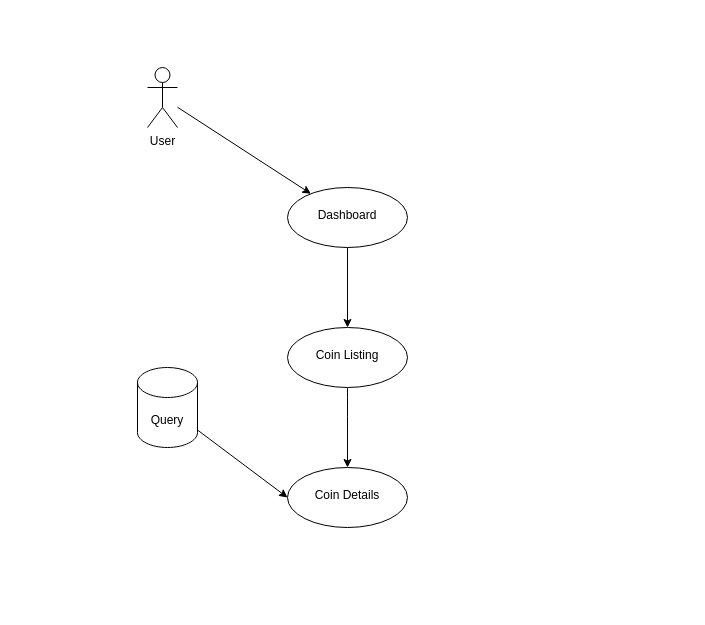
This is technical_report/diagrams/usecase.drawio from doriangh/CryK, a draw.io file, before an edit. Source tidied: cells renumbered, new cells numbered last; positions are measured from the earlier drawing's top-left corner, leaving out a move shared by most shapes. Both pictures are drawn from the tidied source at 100%, with x=0, y=0 at pixel (137, 67).
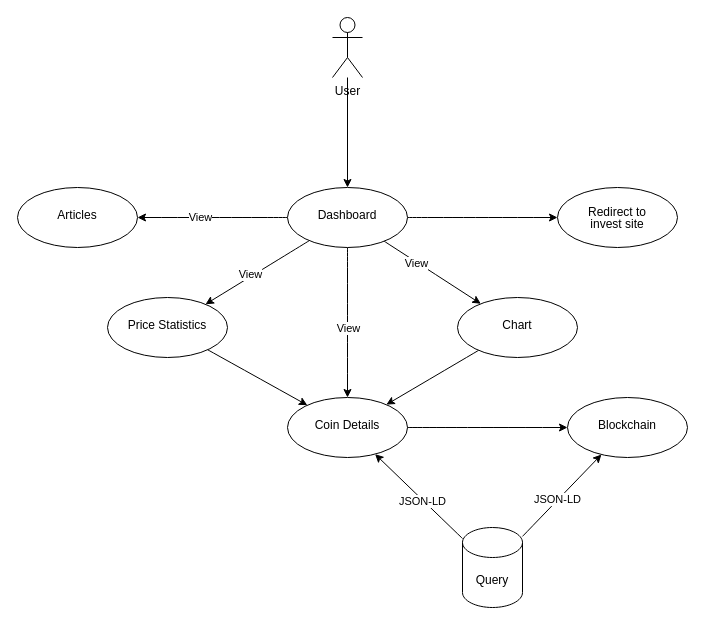
Above is the later version.

Unchanged cells that the change refers to:
```xml
<mxCell id="5" value="&lt;br&gt;Dashboard" style="ellipse;whiteSpace=wrap;html=1;verticalAlign=top;" parent="1" vertex="1">
  <mxGeometry x="150" y="120" width="120" height="60" as="geometry" />
</mxCell>
```

What changed in the source:
```diff
@@
     <mxCell id="3" value="User" style="shape=umlActor;verticalLabelPosition=bottom;verticalAlign=top;html=1;outlineConnect=0;" parent="1" vertex="1">
-      <mxGeometry x="10" width="30" height="60" as="geometry" />
+      <mxGeometry x="195" y="-50" width="30" height="60" as="geometry" />
     </mxCell>
-    <mxCell id="4" style="edgeStyle=none;html=1;" parent="1" edge="1" source="5" target="7">
-      <mxGeometry relative="1" as="geometry" />
-    </mxCell>
+    <mxCell id="11" style="edgeStyle=none;curved=1;html=1;startArrow=none;startFill=0;" parent="1" edge="1" source="5" target="21">
+      <mxGeometry relative="1" as="geometry" />
+    </mxCell>
+    <mxCell id="12" value="View" style="edgeLabel;html=1;align=center;verticalAlign=middle;" parent="11" vertex="1">
+      <mxGeometry x="0.11" y="-2" relative="1" as="geometry" />
+    </mxCell>
+    <mxCell id="13" style="edgeStyle=none;curved=1;html=1;startArrow=none;startFill=0;" parent="1" edge="1" source="5" target="8">
+      <mxGeometry relative="1" as="geometry" />
+    </mxCell>
+    <mxCell id="14" value="View" style="edgeLabel;html=1;align=center;verticalAlign=middle;" parent="13" vertex="1">
+      <mxGeometry x="0.2" y="1" relative="1" as="geometry">
+        <mxPoint x="-1" y="-10" as="offset" />
+      </mxGeometry>
+    </mxCell>
+    <mxCell id="15" style="edgeStyle=none;curved=1;html=1;startArrow=none;startFill=0;" parent="1" edge="1" source="5" target="22">
+      <mxGeometry relative="1" as="geometry" />
+    </mxCell>
+    <mxCell id="16" style="edgeStyle=none;curved=1;html=1;startArrow=none;startFill=0;" parent="1" edge="1" source="5" target="24">
+      <mxGeometry relative="1" as="geometry" />
+    </mxCell>
+    <mxCell id="17" value="View" style="edgeLabel;html=1;align=center;verticalAlign=middle;" parent="16" vertex="1">
+      <mxGeometry x="-0.32" y="-1" relative="1" as="geometry" />
+    </mxCell>
+    <mxCell id="18" style="edgeStyle=none;curved=1;html=1;startArrow=none;startFill=0;" parent="1" edge="1" source="5" target="25">
+      <mxGeometry relative="1" as="geometry" />
+    </mxCell>
+    <mxCell id="19" value="View" style="edgeLabel;html=1;align=center;verticalAlign=middle;" parent="18" vertex="1">
+      <mxGeometry x="0.17" y="-1" relative="1" as="geometry" />
+    </mxCell>
@@
-    <mxCell id="6" style="edgeStyle=none;curved=1;html=1;" parent="1" edge="1" source="7" target="8">
-      <mxGeometry relative="1" as="geometry" />
-    </mxCell>
-    <mxCell id="7" value="&lt;br&gt;Coin Listing" style="ellipse;whiteSpace=wrap;html=1;verticalAlign=top;" parent="1" vertex="1">
-      <mxGeometry x="150" y="260" width="120" height="60" as="geometry" />
-    </mxCell>
+    <mxCell id="20" style="edgeStyle=none;curved=1;html=1;startArrow=none;startFill=0;" parent="1" edge="1" source="21" target="8">
+      <mxGeometry relative="1" as="geometry" />
+    </mxCell>
+    <mxCell id="21" value="&lt;br&gt;Price Statistics" style="ellipse;whiteSpace=wrap;html=1;verticalAlign=top;" parent="1" vertex="1">
+      <mxGeometry x="-30" y="230" width="120" height="60" as="geometry" />
+    </mxCell>
     <mxCell id="8" value="&lt;br&gt;Coin Details" style="ellipse;whiteSpace=wrap;html=1;verticalAlign=top;" parent="1" vertex="1">
-      <mxGeometry x="150" y="400" width="120" height="60" as="geometry" />
+      <mxGeometry x="150" y="330" width="120" height="60" as="geometry" />
     </mxCell>
+    <mxCell id="22" value="&lt;p style=&quot;line-height: 1&quot;&gt;Redirect to &lt;br&gt;invest site&lt;/p&gt;" style="ellipse;whiteSpace=wrap;html=1;verticalAlign=top;" parent="1" vertex="1">
+      <mxGeometry x="420" y="120" width="120" height="60" as="geometry" />
+    </mxCell>
+    <mxCell id="23" style="edgeStyle=none;curved=1;html=1;startArrow=none;startFill=0;" parent="1" edge="1" source="24" target="8">
+      <mxGeometry relative="1" as="geometry" />
+    </mxCell>
+    <mxCell id="24" value="&lt;br&gt;Chart" style="ellipse;whiteSpace=wrap;html=1;verticalAlign=top;" parent="1" vertex="1">
+      <mxGeometry x="320" y="230" width="120" height="60" as="geometry" />
+    </mxCell>
+    <mxCell id="25" value="&lt;br&gt;Articles" style="ellipse;whiteSpace=wrap;html=1;verticalAlign=top;" parent="1" vertex="1">
+      <mxGeometry x="-120" y="120" width="120" height="60" as="geometry" />
+    </mxCell>
+    <mxCell id="10" style="edgeStyle=none;curved=1;html=1;startArrow=none;startFill=0;" parent="1" edge="1" source="9" target="8">
+      <mxGeometry relative="1" as="geometry" />
+    </mxCell>
+    <mxCell id="26" value="JSON-LD" style="edgeLabel;html=1;align=center;verticalAlign=middle;" parent="10" vertex="1">
+      <mxGeometry x="-0.1" y="1" relative="1" as="geometry" />
+    </mxCell>
+    <mxCell id="27" style="edgeStyle=none;curved=1;html=1;startArrow=none;startFill=0;" parent="1" edge="1" source="9" target="30">
+      <mxGeometry relative="1" as="geometry" />
+    </mxCell>
+    <mxCell id="28" value="JSON-LD" style="edgeLabel;html=1;align=center;verticalAlign=middle;" parent="27" vertex="1">
+      <mxGeometry x="-0.11" y="1" relative="1" as="geometry" />
+    </mxCell>
     <mxCell id="9" value="Query" style="shape=cylinder3;whiteSpace=wrap;html=1;boundedLbl=1;backgroundOutline=1;size=15;" parent="1" vertex="1">
-      <mxGeometry y="300" width="60" height="80" as="geometry" />
+      <mxGeometry x="325" y="460" width="60" height="80" as="geometry" />
     </mxCell>
-    <mxCell id="10" style="curved=1;endArrow=classic;html=1;entryX=0;entryY=0.5;entryDx=0;entryDy=0;" parent="1" edge="1" source="9" target="8">
-      <mxGeometry relative="1" as="geometry" />
-    </mxCell>
+    <mxCell id="29" style="edgeStyle=none;curved=1;html=1;startArrow=none;startFill=0;" parent="1" edge="1" source="8" target="30">
+      <mxGeometry relative="1" as="geometry" />
+    </mxCell>
+    <mxCell id="30" value="&lt;br&gt;Blockchain" style="ellipse;whiteSpace=wrap;html=1;verticalAlign=top;" parent="1" vertex="1">
+      <mxGeometry x="430" y="330" width="120" height="60" as="geometry" />
+    </mxCell>
```
